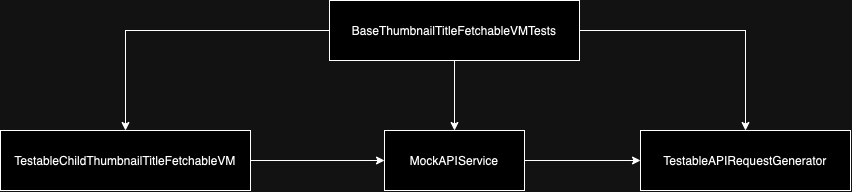
Before: MarvelSampleTests/Tests/ComicDetail/BaseThumbnailTitleFetchableVM/BaseThumbnailTitleFetchableVMTests.drawio.png, a diagram exported from draw.io (hiren9697/MavelSample). Source tidied: cells renumbered, new cells last; positions are measured from the earlier drawing's top-left corner, leaving out a move shared by most shapes.
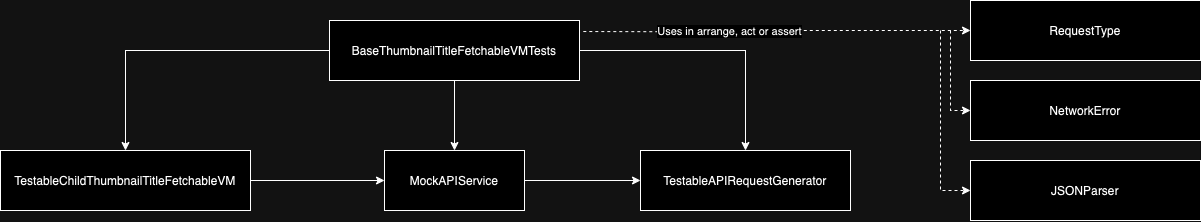
The same diagram one commit later.

Diff of the diagram source:
```diff
@@ -2,6 +2,39 @@
   <root>
     <mxCell id="0" />
     <mxCell id="1" parent="0" />
+    <mxCell id="11" style="edgeStyle=orthogonalEdgeStyle;rounded=0;jettySize=auto;html=1;entryX=0;entryY=0.5;entryDx=0;entryDy=0;dashed=1;exitX=1.02;exitY=0.184;exitDx=0;exitDy=0;exitPerimeter=0;" parent="1" edge="1" target="13">
+      <mxGeometry relative="1" as="geometry">
+        <mxPoint x="582.8" y="11" as="sourcePoint" />
+      </mxGeometry>
+    </mxCell>
+    <mxCell id="12" value="Uses in arrange, act or assert" style="edgeLabel;html=1;align=center;verticalAlign=middle;" parent="11" vertex="1">
+      <mxGeometry x="-0.25" y="1" relative="1" as="geometry" />
+    </mxCell>
+    <mxCell id="13" value="RequestType" style="rounded=0;whiteSpace=wrap;html=1;" parent="1" vertex="1">
+      <mxGeometry x="970" y="-20" width="230" height="60" as="geometry" />
+    </mxCell>
+    <mxCell id="14" value="NetworkError" style="rounded=0;whiteSpace=wrap;html=1;" parent="1" vertex="1">
+      <mxGeometry x="970" y="60" width="230" height="60" as="geometry" />
+    </mxCell>
+    <mxCell id="15" value="JSONParser" style="rounded=0;whiteSpace=wrap;html=1;" parent="1" vertex="1">
+      <mxGeometry x="970" y="140" width="230" height="60" as="geometry" />
+    </mxCell>
+    <mxCell id="16" style="endArrow=classic;html=1;rounded=0;entryX=0;entryY=0.5;entryDx=0;entryDy=0;dashed=1;" parent="1" edge="1" target="14">
+      <mxGeometry relative="1" as="geometry">
+        <mxPoint x="950" y="10" as="sourcePoint" />
+        <Array as="points">
+          <mxPoint x="950" y="90" />
+        </Array>
+      </mxGeometry>
+    </mxCell>
+    <mxCell id="17" style="endArrow=classic;html=1;rounded=0;entryX=0;entryY=0.5;entryDx=0;entryDy=0;dashed=1;" parent="1" edge="1" target="15">
+      <mxGeometry relative="1" as="geometry">
+        <mxPoint x="940" y="10" as="sourcePoint" />
+        <Array as="points">
+          <mxPoint x="940" y="170" />
+        </Array>
+      </mxGeometry>
+    </mxCell>
     <mxCell id="2" style="edgeStyle=orthogonalEdgeStyle;rounded=0;jettySize=auto;html=1;entryX=0.5;entryY=0;entryDx=0;entryDy=0;" parent="1" edge="1" source="5" target="7">
       <mxGeometry relative="1" as="geometry" />
     </mxCell>
```
